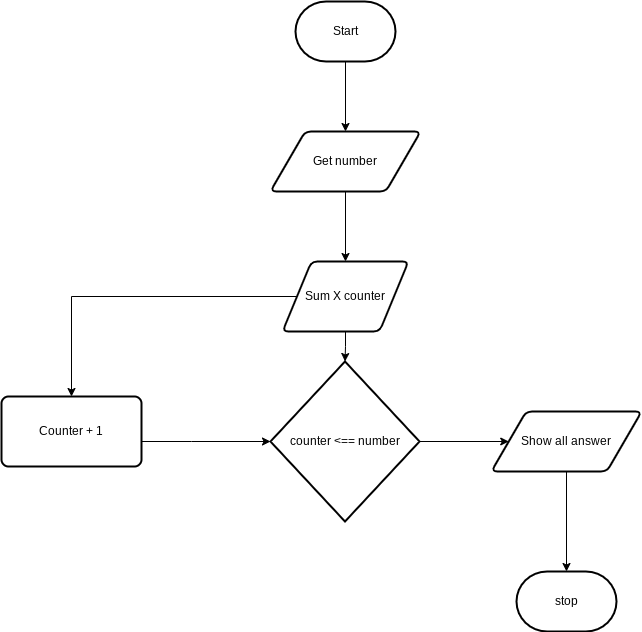
mohammedal-ess/ICS3U-Unit4-02-Python keeps this draw.io diagram as Flowchart.png. Above is the earlier version. Source tidied: cells renumbered, new cells last; positions are measured from the earlier drawing's top-left corner, leaving out a move shared by most shapes.
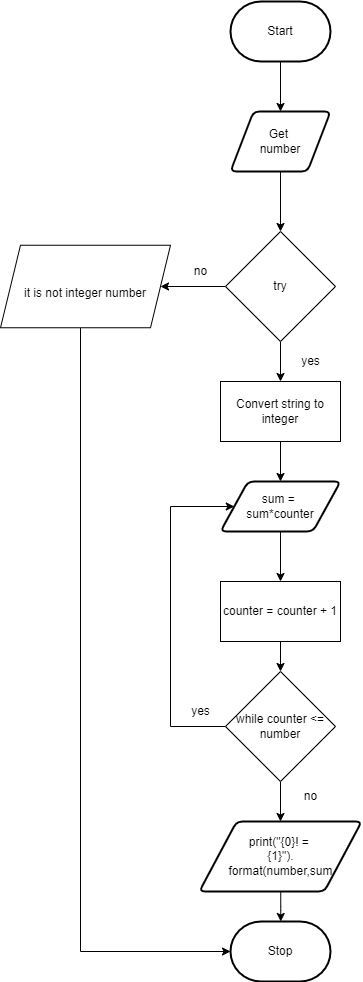
Later version of the same file.

What changed in the source:
```diff
@@ -2,52 +2,91 @@
   <root>
     <mxCell id="0" />
     <mxCell id="1" parent="0" />
+    <mxCell id="7" style="edgeStyle=none;html=1;" parent="1" edge="1" source="5" target="25">
+      <mxGeometry relative="1" as="geometry" />
+    </mxCell>
+    <mxCell id="5" value="Get &lt;br&gt;number" style="shape=parallelogram;html=1;strokeWidth=2;perimeter=parallelogramPerimeter;whiteSpace=wrap;rounded=1;arcSize=12;size=0.23;" parent="1" vertex="1">
+      <mxGeometry x="393" y="60" width="100" height="60" as="geometry" />
+    </mxCell>
+    <mxCell id="16" value="Stop" style="strokeWidth=2;html=1;shape=mxgraph.flowchart.terminator;whiteSpace=wrap;" parent="1" vertex="1">
+      <mxGeometry x="393" y="870" width="100" height="60" as="geometry" />
+    </mxCell>
-    <mxCell id="2" style="edgeStyle=orthogonalEdgeStyle;html=1;rounded=0;" parent="1" edge="1" source="3" target="5">
+    <mxCell id="2" style="edgeStyle=none;html=1;entryX=0.5;entryY=0;entryDx=0;entryDy=0;" parent="1" edge="1" source="3" target="5">
       <mxGeometry relative="1" as="geometry" />
     </mxCell>
-    <mxCell id="3" value="Start&lt;br&gt;" style="strokeWidth=2;html=1;shape=mxgraph.flowchart.terminator;whiteSpace=wrap;" parent="1" vertex="1">
-      <mxGeometry x="294" width="100" height="60" as="geometry" />
+    <mxCell id="3" value="Start" style="strokeWidth=2;html=1;shape=mxgraph.flowchart.terminator;whiteSpace=wrap;" parent="1" vertex="1">
+      <mxGeometry x="393" y="-50" width="100" height="60" as="geometry" />
     </mxCell>
-    <mxCell id="4" style="edgeStyle=orthogonalEdgeStyle;rounded=0;html=1;entryX=0.5;entryY=0;entryDx=0;entryDy=0;" parent="1" edge="1" source="5" target="8">
-      <mxGeometry relative="1" as="geometry" />
-    </mxCell>
-    <mxCell id="5" value="Get number" style="shape=parallelogram;html=1;strokeWidth=2;perimeter=parallelogramPerimeter;whiteSpace=wrap;rounded=1;arcSize=12;size=0.23;" parent="1" vertex="1">
-      <mxGeometry x="269" y="130" width="150" height="60" as="geometry" />
-    </mxCell>
-    <mxCell id="6" style="edgeStyle=orthogonalEdgeStyle;rounded=0;html=1;" parent="1" edge="1" source="8" target="10">
-      <mxGeometry relative="1" as="geometry" />
-    </mxCell>
-    <mxCell id="7" style="edgeStyle=orthogonalEdgeStyle;rounded=0;html=1;entryX=0.5;entryY=0;entryDx=0;entryDy=0;" parent="1" edge="1" source="8" target="12">
-      <mxGeometry relative="1" as="geometry" />
-    </mxCell>
-    <mxCell id="8" value="Sum X counter" style="shape=parallelogram;html=1;strokeWidth=2;perimeter=parallelogramPerimeter;whiteSpace=wrap;rounded=1;arcSize=12;size=0.23;" parent="1" vertex="1">
-      <mxGeometry x="281" y="260" width="126" height="70" as="geometry" />
-    </mxCell>
-    <mxCell id="9" style="edgeStyle=orthogonalEdgeStyle;rounded=0;html=1;entryX=0;entryY=0.5;entryDx=0;entryDy=0;" parent="1" edge="1" source="10" target="14">
-      <mxGeometry relative="1" as="geometry" />
-    </mxCell>
-    <mxCell id="10" value="counter &amp;lt;== number" style="strokeWidth=2;html=1;shape=mxgraph.flowchart.decision;whiteSpace=wrap;" parent="1" vertex="1">
-      <mxGeometry x="269" y="360" width="149" height="160" as="geometry" />
-    </mxCell>
-    <mxCell id="11" style="edgeStyle=orthogonalEdgeStyle;rounded=0;html=1;" parent="1" edge="1" source="12" target="10">
-      <mxGeometry relative="1" as="geometry">
-        <Array as="points">
-          <mxPoint x="190" y="440" />
-          <mxPoint x="190" y="440" />
-        </Array>
-      </mxGeometry>
-    </mxCell>
-    <mxCell id="12" value="Counter + 1" style="rounded=1;whiteSpace=wrap;html=1;absoluteArcSize=1;arcSize=14;strokeWidth=2;" parent="1" vertex="1">
-      <mxGeometry y="395" width="140" height="70" as="geometry" />
-    </mxCell>
-    <mxCell id="13" style="edgeStyle=orthogonalEdgeStyle;rounded=0;html=1;" parent="1" edge="1" source="14" target="15">
-      <mxGeometry relative="1" as="geometry" />
-    </mxCell>
-    <mxCell id="14" value="Show all answer" style="shape=parallelogram;html=1;strokeWidth=2;perimeter=parallelogramPerimeter;whiteSpace=wrap;rounded=1;arcSize=12;size=0.23;" parent="1" vertex="1">
-      <mxGeometry x="490" y="410" width="150" height="60" as="geometry" />
-    </mxCell>
-    <mxCell id="15" value="stop" style="strokeWidth=2;html=1;shape=mxgraph.flowchart.terminator;whiteSpace=wrap;" parent="1" vertex="1">
-      <mxGeometry x="515" y="570" width="100" height="60" as="geometry" />
-    </mxCell>
+    <mxCell id="17" style="edgeStyle=none;html=1;fontSize=12;" parent="1" edge="1" source="19" target="21">
+      <mxGeometry relative="1" as="geometry" />
+    </mxCell>
+    <mxCell id="18" style="edgeStyle=elbowEdgeStyle;html=1;entryX=0;entryY=0.5;entryDx=0;entryDy=0;fontSize=12;rounded=0;exitX=0;exitY=0.5;exitDx=0;exitDy=0;" parent="1" edge="1" source="19" target="32">
+      <mxGeometry relative="1" as="geometry">
+        <Array as="points">
+          <mxPoint x="333" y="570" />
+        </Array>
+      </mxGeometry>
+    </mxCell>
+    <mxCell id="19" value="while counter &amp;lt;= number" style="rhombus;whiteSpace=wrap;html=1;" parent="1" vertex="1">
+      <mxGeometry x="388" y="620" width="110" height="110" as="geometry" />
+    </mxCell>
+    <mxCell id="20" style="edgeStyle=elbowEdgeStyle;html=1;" parent="1" edge="1" source="21" target="16">
+      <mxGeometry relative="1" as="geometry" />
+    </mxCell>
+    <mxCell id="21" value="print(&quot;{0}! = &lt;br&gt;{1}&quot;).&lt;br&gt;format(number,sum" style="shape=parallelogram;html=1;strokeWidth=2;perimeter=parallelogramPerimeter;whiteSpace=wrap;rounded=1;arcSize=12;size=0.23;" parent="1" vertex="1">
+      <mxGeometry x="361.8" y="770" width="162.5" height="70" as="geometry" />
+    </mxCell>
+    <mxCell id="22" value="yes" style="text;html=1;align=center;verticalAlign=middle;strokeColor=none;fillColor=none;" parent="1" vertex="1">
+      <mxGeometry x="348" y="650" width="30" height="20" as="geometry" />
+    </mxCell>
+    <mxCell id="23" style="edgeStyle=none;html=1;" parent="1" edge="1" source="25">
+      <mxGeometry relative="1" as="geometry">
+        <mxPoint x="323" y="235" as="targetPoint" />
+      </mxGeometry>
+    </mxCell>
+    <mxCell id="24" style="edgeStyle=none;html=1;fontSize=12;" parent="1" edge="1" source="25" target="30">
+      <mxGeometry relative="1" as="geometry" />
+    </mxCell>
+    <mxCell id="25" value="try" style="rhombus;whiteSpace=wrap;html=1;" parent="1" vertex="1">
+      <mxGeometry x="388" y="180" width="110" height="110" as="geometry" />
+    </mxCell>
+    <mxCell id="26" value="no" style="text;html=1;align=center;verticalAlign=middle;strokeColor=none;fillColor=none;" parent="1" vertex="1">
+      <mxGeometry x="348" y="210" width="30" height="20" as="geometry" />
+    </mxCell>
+    <mxCell id="27" style="edgeStyle=elbowEdgeStyle;html=1;entryX=0;entryY=0.5;entryDx=0;entryDy=0;entryPerimeter=0;rounded=0;" parent="1" edge="1" source="28" target="16">
+      <mxGeometry relative="1" as="geometry">
+        <Array as="points">
+          <mxPoint x="243" y="340" />
+          <mxPoint x="223" y="570" />
+        </Array>
+      </mxGeometry>
+    </mxCell>
+    <mxCell id="28" value="&lt;h2 style=&quot;box-sizing: border-box ; line-height: 14px ; margin-top: 20px ; margin-bottom: 10px&quot;&gt;&lt;font face=&quot;arial, helvetica, open sans&quot;&gt;&lt;span style=&quot;font-size: 12px ; font-weight: 500&quot;&gt;it is not integer number&lt;/span&gt;&lt;/font&gt;&lt;br&gt;&lt;/h2&gt;" style="shape=parallelogram;perimeter=parallelogramPerimeter;whiteSpace=wrap;html=1;fixedSize=1;" parent="1" vertex="1">
+      <mxGeometry x="163" y="193.8" width="170" height="82.5" as="geometry" />
+    </mxCell>
+    <mxCell id="29" style="edgeStyle=none;html=1;entryX=0.5;entryY=0;entryDx=0;entryDy=0;fontSize=12;" parent="1" edge="1" source="30" target="32">
+      <mxGeometry relative="1" as="geometry" />
+    </mxCell>
+    <mxCell id="30" value="Convert string to integer" style="rounded=0;whiteSpace=wrap;html=1;labelBackgroundColor=none;fontSize=12;" parent="1" vertex="1">
+      <mxGeometry x="383" y="330" width="120" height="60" as="geometry" />
+    </mxCell>
+    <mxCell id="31" style="edgeStyle=none;html=1;fontSize=12;" parent="1" edge="1" source="32" target="34">
+      <mxGeometry relative="1" as="geometry" />
+    </mxCell>
+    <mxCell id="32" value="sum = &lt;br&gt;sum*counter" style="shape=parallelogram;html=1;strokeWidth=2;perimeter=parallelogramPerimeter;whiteSpace=wrap;rounded=1;arcSize=12;size=0.23;" parent="1" vertex="1">
+      <mxGeometry x="383" y="430" width="120" height="50" as="geometry" />
+    </mxCell>
+    <mxCell id="33" style="edgeStyle=none;html=1;fontSize=12;" parent="1" edge="1" source="34" target="19">
+      <mxGeometry relative="1" as="geometry" />
+    </mxCell>
+    <mxCell id="34" value="counter = counter + 1" style="rounded=0;whiteSpace=wrap;html=1;labelBackgroundColor=none;fontSize=12;" parent="1" vertex="1">
+      <mxGeometry x="383" y="530" width="120" height="60" as="geometry" />
+    </mxCell>
+    <mxCell id="35" value="no" style="text;html=1;align=center;verticalAlign=middle;strokeColor=none;fillColor=none;fontSize=12;" parent="1" vertex="1">
+      <mxGeometry x="458" y="735" width="30" height="20" as="geometry" />
+    </mxCell>
+    <mxCell id="36" value="yes" style="text;html=1;align=center;verticalAlign=middle;strokeColor=none;fillColor=none;" parent="1" vertex="1">
+      <mxGeometry x="458" y="300" width="30" height="20" as="geometry" />
+    </mxCell>
   </root>
 </mxGraphModel>
```
